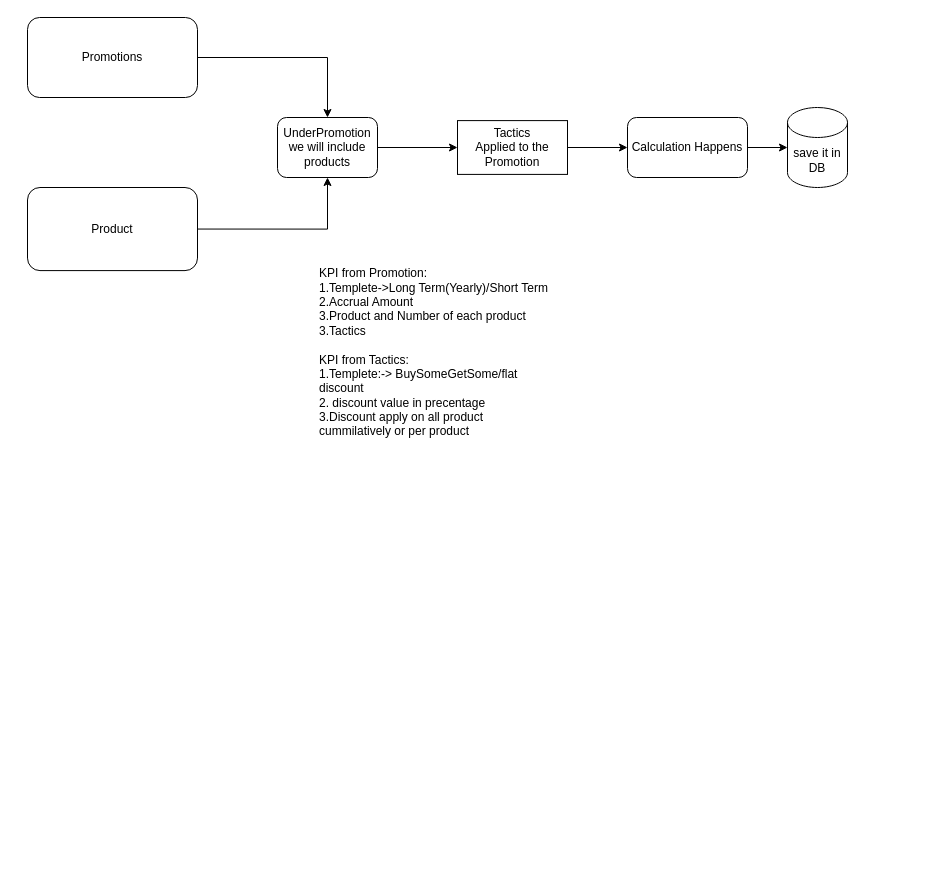
This is Plan of TPM till now UML.drawio from KirtiTung/TPM-Trade-Promotional-Management, a draw.io file, before an edit. Source tidied: cells renumbered, new cells numbered last; positions are measured from the earlier drawing's top-left corner, leaving out a move shared by most shapes. Both pictures are drawn from the tidied source at 100%, with x=0, y=0 at pixel (27, 17).
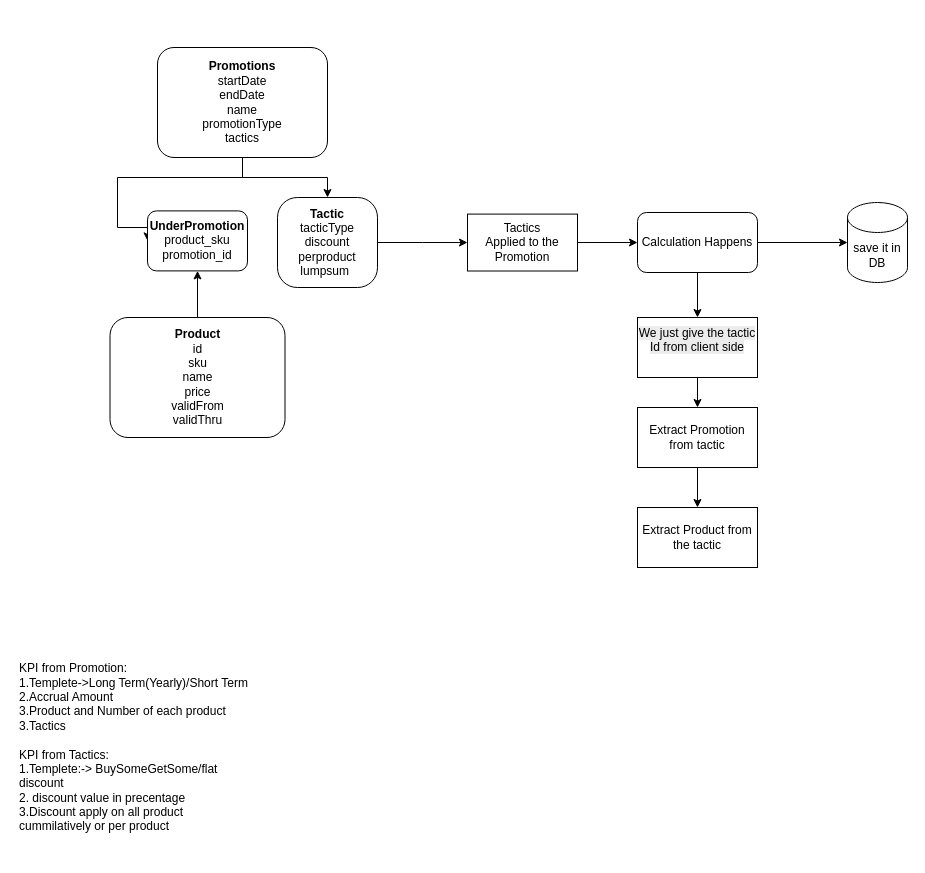
Above is the later version.

The edit, as a diff of the source:
```diff
@@
-    <mxCell id="2" style="edgeStyle=orthogonalEdgeStyle;rounded=0;jettySize=auto;html=1;exitX=1;exitY=0.5;exitDx=0;exitDy=0;" parent="1" edge="1" source="3" target="7">
-      <mxGeometry relative="1" as="geometry" />
+    <mxCell id="2" style="edgeStyle=orthogonalEdgeStyle;rounded=0;jettySize=auto;html=1;entryX=0;entryY=0.5;entryDx=0;entryDy=0;" parent="1" edge="1" source="3" target="7">
+      <mxGeometry relative="1" as="geometry">
+        <Array as="points">
+          <mxPoint x="215" y="160" />
+          <mxPoint x="90" y="160" />
+          <mxPoint x="90" y="210" />
+        </Array>
+      </mxGeometry>
     </mxCell>
+    <mxCell id="15" style="edgeStyle=orthogonalEdgeStyle;rounded=0;jettySize=auto;html=1;entryX=0.5;entryY=0;entryDx=0;entryDy=0;" parent="1" edge="1" source="3" target="18">
+      <mxGeometry relative="1" as="geometry" />
+    </mxCell>
-    <mxCell id="3" value="&lt;div style=&quot;&quot;&gt;&lt;span style=&quot;background-color: transparent; color: light-dark(rgb(0, 0, 0), rgb(255, 255, 255));&quot;&gt;Promotions&lt;/span&gt;&lt;/div&gt;" style="rounded=1;whiteSpace=wrap;html=1;align=center;" parent="1" vertex="1">
-      <mxGeometry width="170" height="80" as="geometry" />
+    <mxCell id="3" value="&lt;div style=&quot;&quot;&gt;&lt;span style=&quot;background-color: transparent; color: light-dark(rgb(0, 0, 0), rgb(255, 255, 255));&quot;&gt;&lt;b&gt;Promotions&lt;/b&gt;&lt;/span&gt;&lt;/div&gt;&lt;div style=&quot;&quot;&gt;&lt;span style=&quot;background-color: transparent; color: light-dark(rgb(0, 0, 0), rgb(255, 255, 255));&quot;&gt;startDate&lt;/span&gt;&lt;/div&gt;&lt;div style=&quot;&quot;&gt;&lt;span style=&quot;background-color: transparent; color: light-dark(rgb(0, 0, 0), rgb(255, 255, 255));&quot;&gt;endDate&lt;/span&gt;&lt;/div&gt;&lt;div style=&quot;&quot;&gt;&lt;span style=&quot;background-color: transparent; color: light-dark(rgb(0, 0, 0), rgb(255, 255, 255));&quot;&gt;name&lt;/span&gt;&lt;/div&gt;&lt;div style=&quot;&quot;&gt;&lt;span style=&quot;background-color: transparent; color: light-dark(rgb(0, 0, 0), rgb(255, 255, 255));&quot;&gt;promotionType&lt;/span&gt;&lt;/div&gt;&lt;div style=&quot;&quot;&gt;&lt;span style=&quot;background-color: transparent; color: light-dark(rgb(0, 0, 0), rgb(255, 255, 255));&quot;&gt;tactics&lt;/span&gt;&lt;/div&gt;" style="rounded=1;whiteSpace=wrap;html=1;align=center;" parent="1" vertex="1">
+      <mxGeometry x="130" y="30" width="170" height="110" as="geometry" />
     </mxCell>
-    <mxCell id="4" style="edgeStyle=orthogonalEdgeStyle;rounded=0;jettySize=auto;html=1;exitX=1;exitY=0.5;exitDx=0;exitDy=0;entryX=0.5;entryY=1;entryDx=0;entryDy=0;" parent="1" edge="1" source="5" target="7">
+    <mxCell id="4" style="edgeStyle=orthogonalEdgeStyle;rounded=0;jettySize=auto;html=1;entryX=0.5;entryY=1;entryDx=0;entryDy=0;" parent="1" edge="1" source="5" target="7">
       <mxGeometry relative="1" as="geometry" />
     </mxCell>
-    <mxCell id="5" value="Product" style="rounded=1;whiteSpace=wrap;html=1;" parent="1" vertex="1">
-      <mxGeometry y="170" width="170" height="83.1" as="geometry" />
+    <mxCell id="5" value="&lt;b&gt;Product&lt;/b&gt;&lt;div&gt;id&lt;/div&gt;&lt;div&gt;sku&lt;/div&gt;&lt;div&gt;name&lt;/div&gt;&lt;div&gt;price&lt;/div&gt;&lt;div&gt;validFrom&lt;/div&gt;&lt;div&gt;validThru&lt;/div&gt;" style="rounded=1;whiteSpace=wrap;html=1;" parent="1" vertex="1">
+      <mxGeometry x="82.5" y="300" width="175" height="120" as="geometry" />
     </mxCell>
@@
-    <mxCell id="7" value="UnderPromotion&lt;br&gt;we will include products" style="rounded=1;whiteSpace=wrap;html=1;" parent="1" vertex="1">
-      <mxGeometry x="250" y="100" width="100" height="60" as="geometry" />
+    <mxCell id="7" value="&lt;b&gt;UnderPromotion&lt;br&gt;&lt;/b&gt;product_sku&lt;div&gt;promotion_id&lt;/div&gt;" style="rounded=1;whiteSpace=wrap;html=1;" parent="1" vertex="1">
+      <mxGeometry x="120" y="193.4" width="100" height="60" as="geometry" />
     </mxCell>
+    <mxCell id="16" style="edgeStyle=orthogonalEdgeStyle;rounded=0;jettySize=auto;html=1;entryX=0.5;entryY=0;entryDx=0;entryDy=0;" parent="1" edge="1" source="8" target="20">
+      <mxGeometry relative="1" as="geometry" />
+    </mxCell>
     <mxCell id="8" value="Calculation Happens" style="rounded=1;whiteSpace=wrap;html=1;" parent="1" vertex="1">
-      <mxGeometry x="600" y="100" width="120" height="60" as="geometry" />
+      <mxGeometry x="610" y="195" width="120" height="60" as="geometry" />
     </mxCell>
     <mxCell id="9" value="save it in DB" style="shape=cylinder3;whiteSpace=wrap;html=1;boundedLbl=1;backgroundOutline=1;size=15;" parent="1" vertex="1">
-      <mxGeometry x="760" y="90" width="60" height="80" as="geometry" />
+      <mxGeometry x="820" y="185" width="60" height="80" as="geometry" />
     </mxCell>
@@
     <mxCell id="11" value="KPI from Promotion:&lt;div&gt;1.Templete-&amp;gt;Long Term(Yearly)/Short Term&lt;/div&gt;&lt;div&gt;&lt;span style=&quot;background-color: transparent; color: light-dark(rgb(0, 0, 0), rgb(255, 255, 255));&quot;&gt;2.Accrual Amount&lt;/span&gt;&lt;/div&gt;&lt;div&gt;&lt;span style=&quot;background-color: transparent; color: light-dark(rgb(0, 0, 0), rgb(255, 255, 255));&quot;&gt;3.Product and Number of each product&lt;/span&gt;&lt;/div&gt;&lt;div&gt;&lt;span style=&quot;background-color: transparent; color: light-dark(rgb(0, 0, 0), rgb(255, 255, 255));&quot;&gt;3.Tactics&lt;/span&gt;&lt;/div&gt;&lt;div style=&quot;&quot;&gt;&lt;br&gt;&lt;/div&gt;&lt;div style=&quot;&quot;&gt;KPI from Tactics:&lt;/div&gt;&lt;div style=&quot;&quot;&gt;1.Templete:-&amp;gt; BuySomeGetSome/flat discount&lt;/div&gt;&lt;div style=&quot;&quot;&gt;2. discount value in precentage&lt;/div&gt;&lt;div style=&quot;&quot;&gt;3.Discount apply on all product cummilatively or per product&lt;/div&gt;" style="text;html=1;whiteSpace=wrap;strokeColor=none;fillColor=none;align=left;verticalAlign=middle;rounded=0;" parent="1" vertex="1">
-      <mxGeometry x="290" y="230" width="240" height="210" as="geometry" />
+      <mxGeometry x="-10" y="630" width="240" height="200" as="geometry" />
     </mxCell>
-    <mxCell id="12" style="edgeStyle=none;rounded=0;jettySize=auto;html=1;entryX=0;entryY=0.5;entryDx=0;entryDy=0;" parent="1" edge="1" source="7" target="13">
-      <mxGeometry relative="1" as="geometry" />
-    </mxCell>
-    <mxCell id="13" value="Tactics&lt;br&gt;Applied to the Promotion" style="rounded=0;whiteSpace=wrap;html=1;" parent="1" vertex="1">
-      <mxGeometry x="430" y="103.1" width="110" height="53.8" as="geometry" />
+    <mxCell id="13" value="Tactics&lt;br&gt;Applied to the Promotion" style="rounded=0;whiteSpace=wrap;html=1;rotation=0;" parent="1" vertex="1">
+      <mxGeometry x="440" y="196.6" width="110" height="56.9" as="geometry" />
     </mxCell>
@@
+    <mxCell id="17" style="edgeStyle=orthogonalEdgeStyle;rounded=0;jettySize=auto;html=1;entryX=0;entryY=0.5;entryDx=0;entryDy=0;" parent="1" edge="1" source="18" target="13">
+      <mxGeometry relative="1" as="geometry" />
+    </mxCell>
+    <mxCell id="18" value="&lt;div style=&quot;&quot;&gt;&lt;span style=&quot;background-color: transparent; color: light-dark(rgb(0, 0, 0), rgb(255, 255, 255));&quot;&gt;&lt;b&gt;Tactic&lt;/b&gt;&lt;/span&gt;&lt;/div&gt;&lt;div style=&quot;&quot;&gt;tacticType&lt;/div&gt;&lt;div style=&quot;&quot;&gt;discount&lt;/div&gt;&lt;div style=&quot;&quot;&gt;perproduct&lt;/div&gt;&lt;div style=&quot;&quot;&gt;lumpsum&lt;span style=&quot;white-space: pre;&quot;&gt;&#9;&lt;/span&gt;&lt;/div&gt;" style="rounded=1;whiteSpace=wrap;html=1;align=center;arcSize=22;" parent="1" vertex="1">
+      <mxGeometry x="250" y="180" width="100" height="90" as="geometry" />
+    </mxCell>
+    <mxCell id="19" style="edgeStyle=orthogonalEdgeStyle;rounded=0;jettySize=auto;html=1;entryX=0.5;entryY=0;entryDx=0;entryDy=0;" parent="1" edge="1" source="20" target="22">
+      <mxGeometry relative="1" as="geometry" />
+    </mxCell>
+    <mxCell id="20" value="&#10;&lt;span style=&quot;color: rgb(0, 0, 0); font-family: Helvetica; font-size: 12px; font-style: normal; font-variant-ligatures: normal; font-variant-caps: normal; font-weight: 400; letter-spacing: normal; orphans: 2; text-align: center; text-indent: 0px; text-transform: none; widows: 2; word-spacing: 0px; -webkit-text-stroke-width: 0px; white-space: normal; background-color: rgb(236, 236, 236); text-decoration-thickness: initial; text-decoration-style: initial; text-decoration-color: initial; display: inline !important; float: none;&quot;&gt;We just give the tactic Id from client side&lt;/span&gt;&#10;&#10;" style="rounded=0;whiteSpace=wrap;html=1;" parent="1" vertex="1">
+      <mxGeometry x="610" y="300" width="120" height="60" as="geometry" />
+    </mxCell>
+    <mxCell id="21" style="edgeStyle=orthogonalEdgeStyle;rounded=0;jettySize=auto;html=1;entryX=0.5;entryY=0;entryDx=0;entryDy=0;" parent="1" edge="1" source="22" target="23">
+      <mxGeometry relative="1" as="geometry" />
+    </mxCell>
+    <mxCell id="22" value="Extract Promotion from tactic" style="rounded=0;whiteSpace=wrap;html=1;" parent="1" vertex="1">
+      <mxGeometry x="610" y="390" width="120" height="60" as="geometry" />
+    </mxCell>
+    <mxCell id="23" value="Extract Product from the tactic" style="rounded=0;whiteSpace=wrap;html=1;" parent="1" vertex="1">
+      <mxGeometry x="610" y="490" width="120" height="60" as="geometry" />
+    </mxCell>
```
